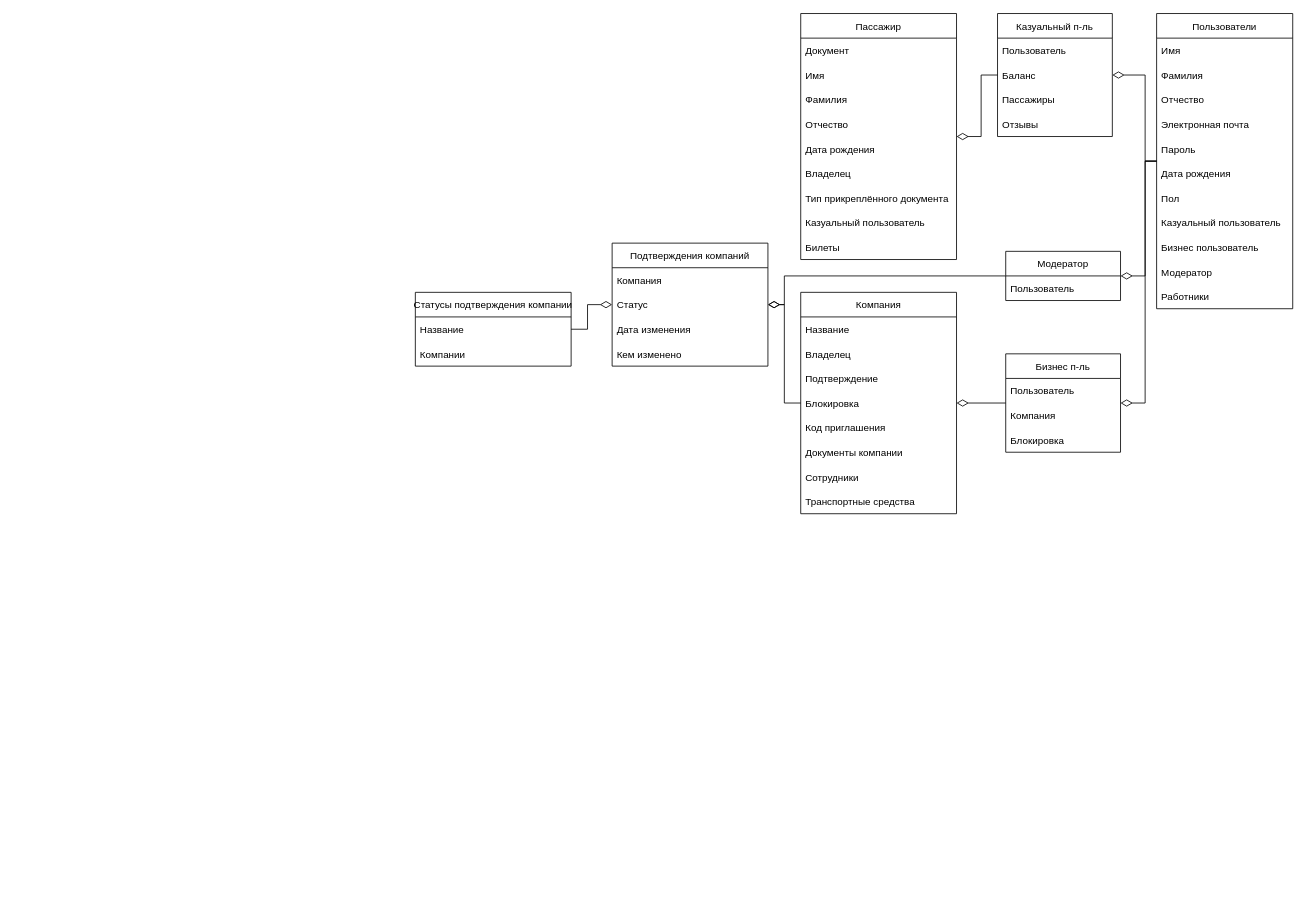
Before: class diagram back.drawio in vehicle-aggregator/docs, a draw.io diagram. Source tidied: cells renumbered, new cells numbered last; positions are measured from the earlier drawing's top-left corner, leaving out a move shared by most shapes. Both pictures are drawn from the tidied source at 82%, with x=0, y=0 at pixel (415, 13).
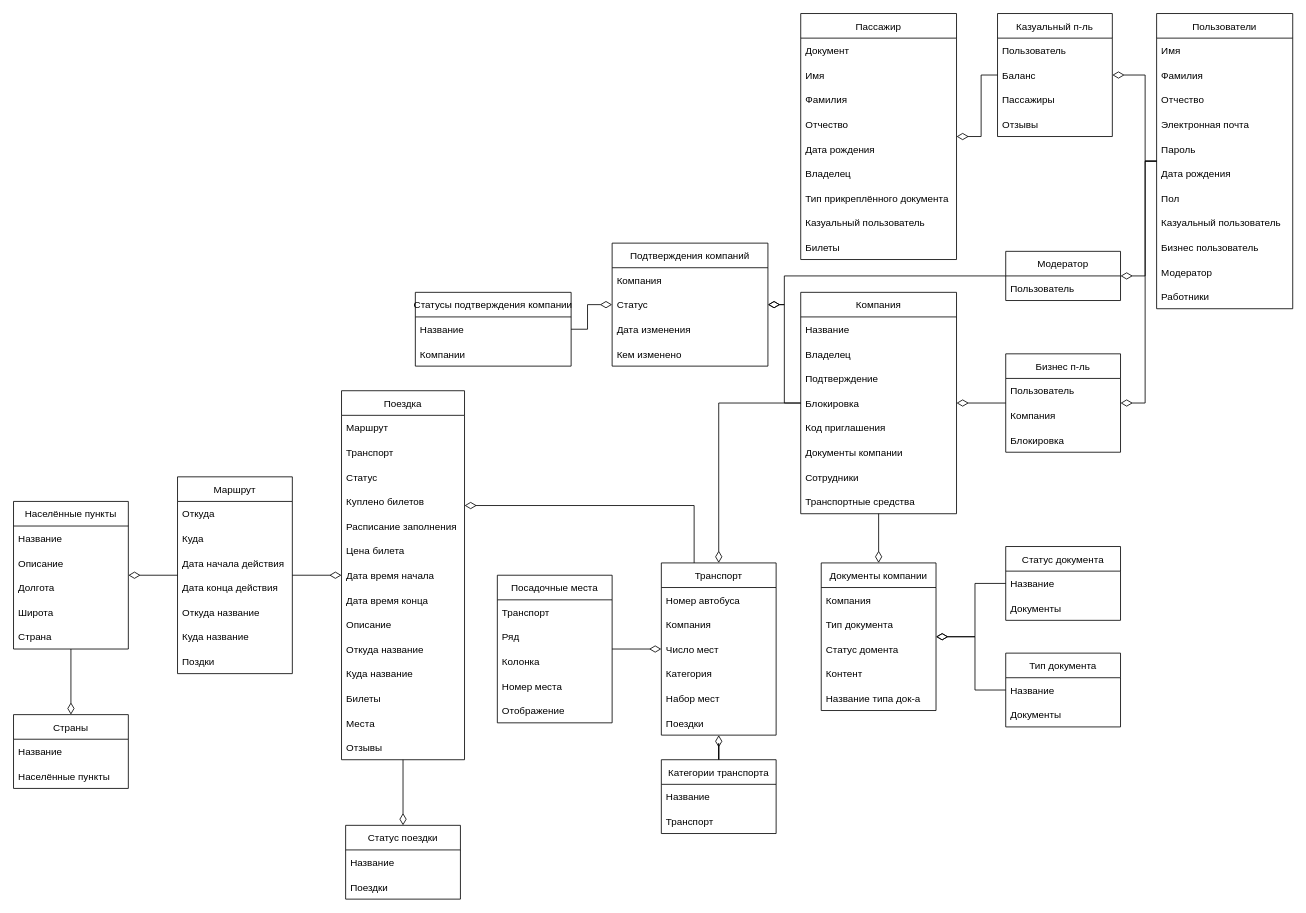
The same page after the edit.

The change refers to these unchanged cells:
```xml
<mxCell id="42" value="Компания" style="swimlane;fontStyle=0;horizontal=1;startSize=30;" parent="1" vertex="1">
  <mxGeometry x="470" y="340" width="190" height="270" as="geometry" />
</mxCell>
<mxCell id="46" value="Блокировка" style="text;strokeColor=none;fillColor=none;align=left;verticalAlign=middle;spacingLeft=4;spacingRight=4;overflow=hidden;points=[[0,0.5],[1,0.5]];portConstraint=eastwest;" parent="42" vertex="1">
  <mxGeometry y="120" width="190" height="30" as="geometry" />
</mxCell>
```

Diff of the diagram source:
```diff
@@
+    <mxCell id="60" style="edgeStyle=orthogonalEdgeStyle;rounded=0;jettySize=auto;html=1;endArrow=diamondThin;endFill=0;startSize=12;endSize=12;" parent="1" edge="1" source="42" target="69">
+      <mxGeometry relative="1" as="geometry" />
+    </mxCell>
@@
+    <mxCell id="61" style="edgeStyle=orthogonalEdgeStyle;rounded=0;jettySize=auto;html=1;endArrow=diamondThin;endFill=0;startSize=12;endSize=12;" parent="1" edge="1" source="62" target="69">
+      <mxGeometry relative="1" as="geometry" />
+    </mxCell>
+    <mxCell id="62" value="Статус документа" style="swimlane;fontStyle=0;horizontal=1;startSize=30;" parent="1" vertex="1">
+      <mxGeometry x="720" y="650" width="140" height="90" as="geometry" />
+    </mxCell>
+    <mxCell id="63" value="Название" style="text;strokeColor=none;fillColor=none;align=left;verticalAlign=middle;spacingLeft=4;spacingRight=4;overflow=hidden;" parent="62" vertex="1">
+      <mxGeometry y="30" width="140" height="30" as="geometry" />
+    </mxCell>
+    <mxCell id="64" value="Документы" style="text;strokeColor=none;fillColor=none;align=left;verticalAlign=middle;spacingLeft=4;spacingRight=4;overflow=hidden;" parent="62" vertex="1">
+      <mxGeometry y="60" width="140" height="30" as="geometry" />
+    </mxCell>
+    <mxCell id="65" style="edgeStyle=orthogonalEdgeStyle;rounded=0;jettySize=auto;html=1;endArrow=diamondThin;endFill=0;startSize=12;endSize=12;" parent="1" edge="1" source="66" target="69">
+      <mxGeometry relative="1" as="geometry" />
+    </mxCell>
+    <mxCell id="66" value="Тип документа" style="swimlane;fontStyle=0;horizontal=1;startSize=30;" parent="1" vertex="1">
+      <mxGeometry x="720" y="780" width="140" height="90" as="geometry" />
+    </mxCell>
+    <mxCell id="67" value="Название" style="text;strokeColor=none;fillColor=none;align=left;verticalAlign=middle;spacingLeft=4;spacingRight=4;overflow=hidden;" parent="66" vertex="1">
+      <mxGeometry y="30" width="140" height="30" as="geometry" />
+    </mxCell>
+    <mxCell id="68" value="Документы" style="text;strokeColor=none;fillColor=none;align=left;verticalAlign=middle;spacingLeft=4;spacingRight=4;overflow=hidden;" parent="66" vertex="1">
+      <mxGeometry y="60" width="140" height="30" as="geometry" />
+    </mxCell>
+    <mxCell id="69" value="Документы компании" style="swimlane;fontStyle=0;horizontal=1;startSize=30;" parent="1" vertex="1">
+      <mxGeometry x="495" y="670" width="140" height="180" as="geometry" />
+    </mxCell>
+    <mxCell id="70" value="Компания" style="text;strokeColor=none;fillColor=none;align=left;verticalAlign=middle;spacingLeft=4;spacingRight=4;overflow=hidden;" parent="69" vertex="1">
+      <mxGeometry y="30" width="140" height="30" as="geometry" />
+    </mxCell>
+    <mxCell id="71" value="Тип документа" style="text;strokeColor=none;fillColor=none;align=left;verticalAlign=middle;spacingLeft=4;spacingRight=4;overflow=hidden;" parent="69" vertex="1">
+      <mxGeometry y="60" width="140" height="30" as="geometry" />
+    </mxCell>
+    <mxCell id="72" value="Статус домента" style="text;strokeColor=none;fillColor=none;align=left;verticalAlign=middle;spacingLeft=4;spacingRight=4;overflow=hidden;" parent="69" vertex="1">
+      <mxGeometry y="90" width="140" height="30" as="geometry" />
+    </mxCell>
+    <mxCell id="73" value="Контент" style="text;strokeColor=none;fillColor=none;align=left;verticalAlign=middle;spacingLeft=4;spacingRight=4;overflow=hidden;" parent="69" vertex="1">
+      <mxGeometry y="120" width="140" height="30" as="geometry" />
+    </mxCell>
+    <mxCell id="74" value="Название типа док-а" style="text;strokeColor=none;fillColor=none;align=left;verticalAlign=middle;spacingLeft=4;spacingRight=4;overflow=hidden;" parent="69" vertex="1">
+      <mxGeometry y="150" width="140" height="30" as="geometry" />
+    </mxCell>
+    <mxCell id="75" style="edgeStyle=orthogonalEdgeStyle;rounded=0;jettySize=auto;html=1;endArrow=diamondThin;endFill=0;startSize=12;endSize=12;" parent="1" edge="1" source="76" target="80">
+      <mxGeometry relative="1" as="geometry" />
+    </mxCell>
+    <mxCell id="76" value="Категории транспорта" style="swimlane;fontStyle=0;horizontal=1;startSize=30;" parent="1" vertex="1">
+      <mxGeometry x="300" y="910" width="140" height="90" as="geometry" />
+    </mxCell>
+    <mxCell id="77" value="Название" style="text;strokeColor=none;fillColor=none;align=left;verticalAlign=middle;spacingLeft=4;spacingRight=4;overflow=hidden;" parent="76" vertex="1">
+      <mxGeometry y="30" width="140" height="30" as="geometry" />
+    </mxCell>
+    <mxCell id="78" value="Транспорт" style="text;strokeColor=none;fillColor=none;align=left;verticalAlign=middle;spacingLeft=4;spacingRight=4;overflow=hidden;" parent="76" vertex="1">
+      <mxGeometry y="60" width="140" height="30" as="geometry" />
+    </mxCell>
+    <mxCell id="79" style="edgeStyle=orthogonalEdgeStyle;rounded=0;jettySize=auto;html=1;endArrow=diamondThin;endFill=0;startSize=12;endSize=12;" parent="1" edge="1" source="80" target="116">
+      <mxGeometry relative="1" as="geometry">
+        <Array as="points">
+          <mxPoint x="340" y="600" />
+        </Array>
+      </mxGeometry>
+    </mxCell>
+    <mxCell id="80" value="Транспорт" style="swimlane;fontStyle=0;horizontal=1;startSize=30;" parent="1" vertex="1">
+      <mxGeometry x="300" y="670" width="140" height="210" as="geometry" />
+    </mxCell>
+    <mxCell id="81" value="Номер автобуса" style="text;strokeColor=none;fillColor=none;align=left;verticalAlign=middle;spacingLeft=4;spacingRight=4;overflow=hidden;" parent="80" vertex="1">
+      <mxGeometry y="30" width="140" height="30" as="geometry" />
+    </mxCell>
+    <mxCell id="82" value="Компания" style="text;strokeColor=none;fillColor=none;align=left;verticalAlign=middle;spacingLeft=4;spacingRight=4;overflow=hidden;" parent="80" vertex="1">
+      <mxGeometry y="60" width="140" height="30" as="geometry" />
+    </mxCell>
+    <mxCell id="83" value="Число мест" style="text;strokeColor=none;fillColor=none;align=left;verticalAlign=middle;spacingLeft=4;spacingRight=4;overflow=hidden;" parent="80" vertex="1">
+      <mxGeometry y="90" width="140" height="30" as="geometry" />
+    </mxCell>
+    <mxCell id="84" value="Категория" style="text;strokeColor=none;fillColor=none;align=left;verticalAlign=middle;spacingLeft=4;spacingRight=4;overflow=hidden;" parent="80" vertex="1">
+      <mxGeometry y="120" width="140" height="30" as="geometry" />
+    </mxCell>
+    <mxCell id="85" value="Набор мест" style="text;strokeColor=none;fillColor=none;align=left;verticalAlign=middle;spacingLeft=4;spacingRight=4;overflow=hidden;" parent="80" vertex="1">
+      <mxGeometry y="150" width="140" height="30" as="geometry" />
+    </mxCell>
+    <mxCell id="86" value="Поездки" style="text;strokeColor=none;fillColor=none;align=left;verticalAlign=middle;spacingLeft=4;spacingRight=4;overflow=hidden;" parent="80" vertex="1">
+      <mxGeometry y="180" width="140" height="30" as="geometry" />
+    </mxCell>
+    <mxCell id="87" style="edgeStyle=orthogonalEdgeStyle;rounded=0;jettySize=auto;html=1;endArrow=diamondThin;endFill=0;startSize=12;endSize=12;" parent="1" edge="1" source="46" target="80">
+      <mxGeometry relative="1" as="geometry" />
+    </mxCell>
+    <mxCell id="88" style="edgeStyle=orthogonalEdgeStyle;rounded=0;jettySize=auto;html=1;endArrow=diamondThin;endFill=0;startSize=12;endSize=12;" parent="1" edge="1" source="89" target="80">
+      <mxGeometry relative="1" as="geometry" />
+    </mxCell>
+    <mxCell id="89" value="Посадочные места" style="swimlane;fontStyle=0;horizontal=1;startSize=30;" parent="1" vertex="1">
+      <mxGeometry x="100" y="685" width="140" height="180" as="geometry" />
+    </mxCell>
+    <mxCell id="90" value="Транспорт" style="text;strokeColor=none;fillColor=none;align=left;verticalAlign=middle;spacingLeft=4;spacingRight=4;overflow=hidden;" parent="89" vertex="1">
+      <mxGeometry y="30" width="140" height="30" as="geometry" />
+    </mxCell>
+    <mxCell id="91" value="Ряд" style="text;strokeColor=none;fillColor=none;align=left;verticalAlign=middle;spacingLeft=4;spacingRight=4;overflow=hidden;" parent="89" vertex="1">
+      <mxGeometry y="60" width="140" height="30" as="geometry" />
+    </mxCell>
+    <mxCell id="92" value="Колонка" style="text;strokeColor=none;fillColor=none;align=left;verticalAlign=middle;spacingLeft=4;spacingRight=4;overflow=hidden;" parent="89" vertex="1">
+      <mxGeometry y="90" width="140" height="30" as="geometry" />
+    </mxCell>
+    <mxCell id="93" value="Номер места" style="text;strokeColor=none;fillColor=none;align=left;verticalAlign=middle;spacingLeft=4;spacingRight=4;overflow=hidden;" parent="89" vertex="1">
+      <mxGeometry y="120" width="140" height="30" as="geometry" />
+    </mxCell>
+    <mxCell id="94" value="Отображение" style="text;strokeColor=none;fillColor=none;align=left;verticalAlign=middle;spacingLeft=4;spacingRight=4;overflow=hidden;" parent="89" vertex="1">
+      <mxGeometry y="150" width="140" height="30" as="geometry" />
+    </mxCell>
+    <mxCell id="95" value="Страны" style="swimlane;fontStyle=0;horizontal=1;startSize=30;" parent="1" vertex="1">
+      <mxGeometry x="-490" y="855" width="140" height="90" as="geometry" />
+    </mxCell>
+    <mxCell id="96" value="Название" style="text;strokeColor=none;fillColor=none;align=left;verticalAlign=middle;spacingLeft=4;spacingRight=4;overflow=hidden;" parent="95" vertex="1">
+      <mxGeometry y="30" width="140" height="30" as="geometry" />
+    </mxCell>
+    <mxCell id="97" value="Населённые пункты" style="text;strokeColor=none;fillColor=none;align=left;verticalAlign=middle;spacingLeft=4;spacingRight=4;overflow=hidden;" parent="95" vertex="1">
+      <mxGeometry y="60" width="140" height="30" as="geometry" />
+    </mxCell>
+    <mxCell id="98" style="edgeStyle=orthogonalEdgeStyle;rounded=0;jettySize=auto;html=1;endArrow=diamondThin;endFill=0;startSize=12;endSize=12;" parent="1" edge="1" source="99" target="95">
+      <mxGeometry relative="1" as="geometry" />
+    </mxCell>
+    <mxCell id="99" value="Населённые пункты" style="swimlane;fontStyle=0;horizontal=1;startSize=30;" parent="1" vertex="1">
+      <mxGeometry x="-490" y="595" width="140" height="180" as="geometry" />
+    </mxCell>
+    <mxCell id="100" value="Название" style="text;strokeColor=none;fillColor=none;align=left;verticalAlign=middle;spacingLeft=4;spacingRight=4;overflow=hidden;" parent="99" vertex="1">
+      <mxGeometry y="30" width="140" height="30" as="geometry" />
+    </mxCell>
+    <mxCell id="101" value="Описание" style="text;strokeColor=none;fillColor=none;align=left;verticalAlign=middle;spacingLeft=4;spacingRight=4;overflow=hidden;" parent="99" vertex="1">
+      <mxGeometry y="60" width="140" height="30" as="geometry" />
+    </mxCell>
+    <mxCell id="102" value="Долгота" style="text;strokeColor=none;fillColor=none;align=left;verticalAlign=middle;spacingLeft=4;spacingRight=4;overflow=hidden;" parent="99" vertex="1">
+      <mxGeometry y="90" width="140" height="30" as="geometry" />
+    </mxCell>
+    <mxCell id="103" value="Широта" style="text;strokeColor=none;fillColor=none;align=left;verticalAlign=middle;spacingLeft=4;spacingRight=4;overflow=hidden;" parent="99" vertex="1">
+      <mxGeometry y="120" width="140" height="30" as="geometry" />
+    </mxCell>
+    <mxCell id="104" value="Страна" style="text;strokeColor=none;fillColor=none;align=left;verticalAlign=middle;spacingLeft=4;spacingRight=4;overflow=hidden;" parent="99" vertex="1">
+      <mxGeometry y="150" width="140" height="30" as="geometry" />
+    </mxCell>
+    <mxCell id="105" style="edgeStyle=orthogonalEdgeStyle;rounded=0;jettySize=auto;html=1;endArrow=diamondThin;endFill=0;startSize=12;endSize=12;" parent="1" edge="1" source="107" target="99">
+      <mxGeometry relative="1" as="geometry" />
+    </mxCell>
+    <mxCell id="106" style="edgeStyle=orthogonalEdgeStyle;rounded=0;jettySize=auto;html=1;endArrow=diamondThin;endFill=0;startSize=12;endSize=12;" parent="1" edge="1" source="107" target="116">
+      <mxGeometry relative="1" as="geometry" />
+    </mxCell>
+    <mxCell id="107" value="Маршрут" style="swimlane;fontStyle=0;horizontal=1;startSize=30;" parent="1" vertex="1">
+      <mxGeometry x="-290" y="565" width="140" height="240" as="geometry" />
+    </mxCell>
+    <mxCell id="108" value="Откуда" style="text;strokeColor=none;fillColor=none;align=left;verticalAlign=middle;spacingLeft=4;spacingRight=4;overflow=hidden;" parent="107" vertex="1">
+      <mxGeometry y="30" width="140" height="30" as="geometry" />
+    </mxCell>
+    <mxCell id="109" value="Куда" style="text;strokeColor=none;fillColor=none;align=left;verticalAlign=middle;spacingLeft=4;spacingRight=4;overflow=hidden;" parent="107" vertex="1">
+      <mxGeometry y="60" width="140" height="30" as="geometry" />
+    </mxCell>
+    <mxCell id="110" value="Дата начала действия" style="text;strokeColor=none;fillColor=none;align=left;verticalAlign=middle;spacingLeft=4;spacingRight=4;overflow=hidden;" parent="107" vertex="1">
+      <mxGeometry y="90" width="140" height="30" as="geometry" />
+    </mxCell>
+    <mxCell id="111" value="Дата конца действия" style="text;strokeColor=none;fillColor=none;align=left;verticalAlign=middle;spacingLeft=4;spacingRight=4;overflow=hidden;" parent="107" vertex="1">
+      <mxGeometry y="120" width="140" height="30" as="geometry" />
+    </mxCell>
+    <mxCell id="112" value="Откуда название" style="text;strokeColor=none;fillColor=none;align=left;verticalAlign=middle;spacingLeft=4;spacingRight=4;overflow=hidden;" parent="107" vertex="1">
+      <mxGeometry y="150" width="140" height="30" as="geometry" />
+    </mxCell>
+    <mxCell id="113" value="Куда название" style="text;strokeColor=none;fillColor=none;align=left;verticalAlign=middle;spacingLeft=4;spacingRight=4;overflow=hidden;" parent="107" vertex="1">
+      <mxGeometry y="180" width="140" height="30" as="geometry" />
+    </mxCell>
+    <mxCell id="114" value="Поздки" style="text;strokeColor=none;fillColor=none;align=left;verticalAlign=middle;spacingLeft=4;spacingRight=4;overflow=hidden;" parent="107" vertex="1">
+      <mxGeometry y="210" width="140" height="30" as="geometry" />
+    </mxCell>
+    <mxCell id="115" style="edgeStyle=orthogonalEdgeStyle;rounded=0;jettySize=auto;html=1;endArrow=diamondThin;endFill=0;startSize=12;endSize=12;" parent="1" edge="1" source="116" target="131">
+      <mxGeometry relative="1" as="geometry" />
+    </mxCell>
+    <mxCell id="116" value="Поездка" style="swimlane;fontStyle=0;horizontal=1;startSize=30;" parent="1" vertex="1">
+      <mxGeometry x="-90" y="460" width="150" height="450" as="geometry" />
+    </mxCell>
+    <mxCell id="117" value="Маршрут" style="text;strokeColor=none;fillColor=none;align=left;verticalAlign=middle;spacingLeft=4;spacingRight=4;overflow=hidden;" parent="116" vertex="1">
+      <mxGeometry y="30" width="150" height="30" as="geometry" />
+    </mxCell>
+    <mxCell id="118" value="Транспорт" style="text;strokeColor=none;fillColor=none;align=left;verticalAlign=middle;spacingLeft=4;spacingRight=4;overflow=hidden;" parent="116" vertex="1">
+      <mxGeometry y="60" width="150" height="30" as="geometry" />
+    </mxCell>
+    <mxCell id="119" value="Статус" style="text;strokeColor=none;fillColor=none;align=left;verticalAlign=middle;spacingLeft=4;spacingRight=4;overflow=hidden;" parent="116" vertex="1">
+      <mxGeometry y="90" width="150" height="30" as="geometry" />
+    </mxCell>
+    <mxCell id="120" value="Куплено билетов" style="text;strokeColor=none;fillColor=none;align=left;verticalAlign=middle;spacingLeft=4;spacingRight=4;overflow=hidden;" parent="116" vertex="1">
+      <mxGeometry y="120" width="150" height="30" as="geometry" />
+    </mxCell>
+    <mxCell id="121" value="Расписание заполнения" style="text;strokeColor=none;fillColor=none;align=left;verticalAlign=middle;spacingLeft=4;spacingRight=4;overflow=hidden;" parent="116" vertex="1">
+      <mxGeometry y="150" width="150" height="30" as="geometry" />
+    </mxCell>
+    <mxCell id="122" value="Цена билета" style="text;strokeColor=none;fillColor=none;align=left;verticalAlign=middle;spacingLeft=4;spacingRight=4;overflow=hidden;" parent="116" vertex="1">
+      <mxGeometry y="180" width="150" height="30" as="geometry" />
+    </mxCell>
+    <mxCell id="123" value="Дата время начала" style="text;strokeColor=none;fillColor=none;align=left;verticalAlign=middle;spacingLeft=4;spacingRight=4;overflow=hidden;" parent="116" vertex="1">
+      <mxGeometry y="210" width="150" height="30" as="geometry" />
+    </mxCell>
+    <mxCell id="124" value="Дата время конца" style="text;strokeColor=none;fillColor=none;align=left;verticalAlign=middle;spacingLeft=4;spacingRight=4;overflow=hidden;" parent="116" vertex="1">
+      <mxGeometry y="240" width="150" height="30" as="geometry" />
+    </mxCell>
+    <mxCell id="125" value="Описание" style="text;strokeColor=none;fillColor=none;align=left;verticalAlign=middle;spacingLeft=4;spacingRight=4;overflow=hidden;" parent="116" vertex="1">
+      <mxGeometry y="270" width="150" height="30" as="geometry" />
+    </mxCell>
+    <mxCell id="126" value="Откуда название" style="text;strokeColor=none;fillColor=none;align=left;verticalAlign=middle;spacingLeft=4;spacingRight=4;overflow=hidden;" parent="116" vertex="1">
+      <mxGeometry y="300" width="150" height="30" as="geometry" />
+    </mxCell>
+    <mxCell id="127" value="Куда название " style="text;strokeColor=none;fillColor=none;align=left;verticalAlign=middle;spacingLeft=4;spacingRight=4;overflow=hidden;" parent="116" vertex="1">
+      <mxGeometry y="330" width="150" height="30" as="geometry" />
+    </mxCell>
+    <mxCell id="128" value="Билеты" style="text;strokeColor=none;fillColor=none;align=left;verticalAlign=middle;spacingLeft=4;spacingRight=4;overflow=hidden;" parent="116" vertex="1">
+      <mxGeometry y="360" width="150" height="30" as="geometry" />
+    </mxCell>
+    <mxCell id="129" value="Места" style="text;strokeColor=none;fillColor=none;align=left;verticalAlign=middle;spacingLeft=4;spacingRight=4;overflow=hidden;" parent="116" vertex="1">
+      <mxGeometry y="390" width="150" height="30" as="geometry" />
+    </mxCell>
+    <mxCell id="130" value="Отзывы" style="text;strokeColor=none;fillColor=none;align=left;verticalAlign=middle;spacingLeft=4;spacingRight=4;overflow=hidden;" parent="116" vertex="1">
+      <mxGeometry y="420" width="150" height="30" as="geometry" />
+    </mxCell>
+    <mxCell id="131" value="Статус поездки" style="swimlane;fontStyle=0;horizontal=1;startSize=30;" parent="1" vertex="1">
+      <mxGeometry x="-85" y="990" width="140" height="90" as="geometry" />
+    </mxCell>
+    <mxCell id="132" value="Название" style="text;strokeColor=none;fillColor=none;align=left;verticalAlign=middle;spacingLeft=4;spacingRight=4;overflow=hidden;" parent="131" vertex="1">
+      <mxGeometry y="30" width="140" height="30" as="geometry" />
+    </mxCell>
+    <mxCell id="133" value="Поездки" style="text;strokeColor=none;fillColor=none;align=left;verticalAlign=middle;spacingLeft=4;spacingRight=4;overflow=hidden;" parent="131" vertex="1">
+      <mxGeometry y="60" width="140" height="30" as="geometry" />
+    </mxCell>
```
